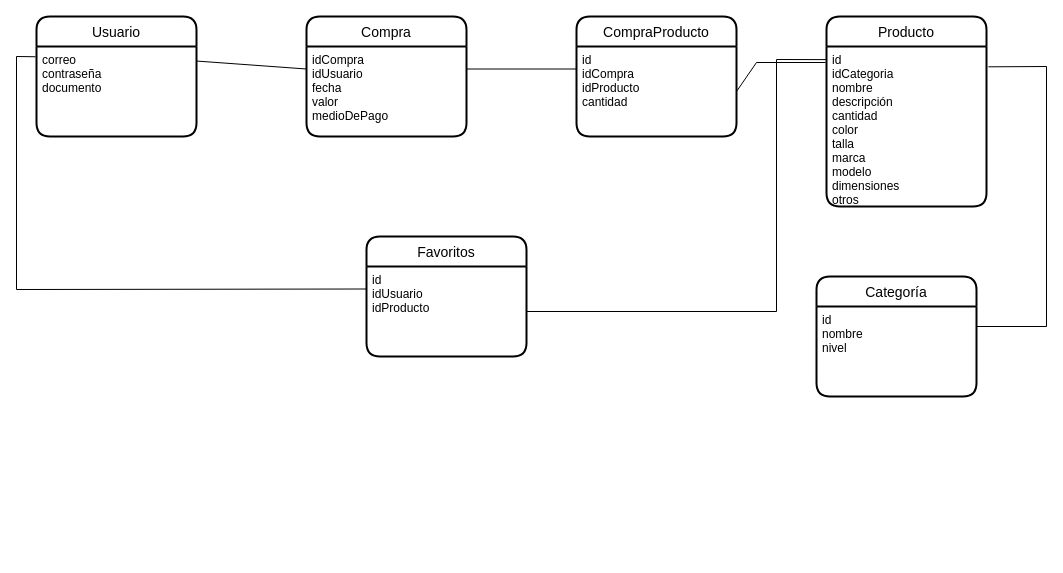
goreleuro94/Ciclo3 keeps this draw.io diagram as page "Page-1" (2 of 2) of carrito.drawio. Above is the earlier version. Source tidied: cells renumbered, new cells numbered last; positions are measured from the earlier drawing's top-left corner, leaving out a move shared by most shapes. Both pictures are drawn from the tidied source at 100%, with x=0, y=0 at pixel (16, 16).
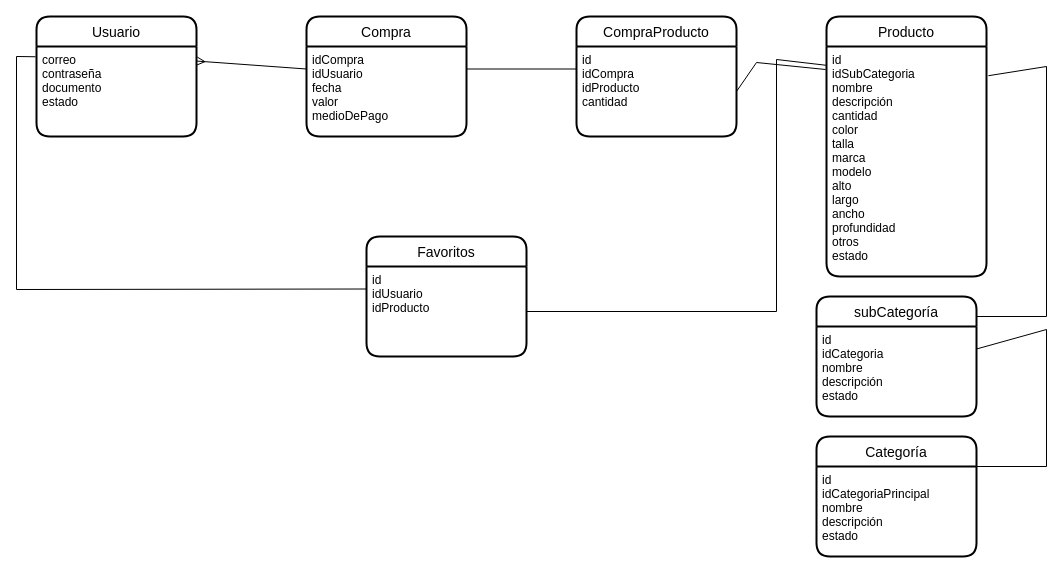
The same page after the edit.

Unchanged cells that the change refers to:
```xml
<mxCell id="2" value="Usuario" style="swimlane;horizontal=1;startSize=30;rounded=1;fontSize=14;fontStyle=0;strokeWidth=2;shadow=0;dashed=0;align=center;" parent="1" vertex="1">
  <mxGeometry x="20" width="160" height="120" as="geometry" />
</mxCell>
<mxCell id="5" value="idCompra&#10;idUsuario&#10;fecha&#10;valor&#10;medioDePago&#10;" style="align=left;strokeColor=none;fillColor=none;spacingLeft=4;fontSize=12;verticalAlign=top;" parent="4" vertex="1">
  <mxGeometry y="30" width="160" height="90" as="geometry" />
</mxCell>
```

Diff of the diagram source:
```diff
@@
-    <mxCell id="3" value="correo&#10;contraseña&#10;documento&#10;" style="align=left;strokeColor=none;fillColor=none;spacingLeft=4;fontSize=12;verticalAlign=top;" parent="2" vertex="1">
+    <mxCell id="3" value="correo&#10;contraseña&#10;documento&#10;estado&#10;&#10;" style="align=left;strokeColor=none;fillColor=none;spacingLeft=4;fontSize=12;verticalAlign=top;" parent="2" vertex="1">
       <mxGeometry y="30" width="160" height="90" as="geometry" />
     </mxCell>
@@
     <mxCell id="8" value="Producto" style="swimlane;horizontal=1;startSize=30;rounded=1;fontSize=14;fontStyle=0;strokeWidth=2;shadow=0;dashed=0;align=center;" parent="1" vertex="1">
-      <mxGeometry x="810" width="160" height="190" as="geometry" />
+      <mxGeometry x="810" width="160" height="260" as="geometry" />
     </mxCell>
-    <mxCell id="9" value="id&#10;idCategoria&#10;nombre&#10;descripción&#10;cantidad&#10;color&#10;talla&#10;marca&#10;modelo&#10;dimensiones&#10;otros&#10;&#10;" style="align=left;strokeColor=none;fillColor=none;spacingLeft=4;fontSize=12;verticalAlign=top;" parent="8" vertex="1">
-      <mxGeometry y="30" width="160" height="160" as="geometry" />
+    <mxCell id="9" value="id&#10;idSubCategoria&#10;nombre&#10;descripción&#10;cantidad&#10;color&#10;talla&#10;marca&#10;modelo&#10;alto&#10;largo&#10;ancho&#10;profundidad&#10;otros&#10;estado&#10;&#10;&#10;" style="align=left;strokeColor=none;fillColor=none;spacingLeft=4;fontSize=12;verticalAlign=top;" parent="8" vertex="1">
+      <mxGeometry y="30" width="160" height="230" as="geometry" />
     </mxCell>
-    <mxCell id="10" style="endArrow=none;html=1;rounded=0;exitX=1.003;exitY=0.162;exitDx=0;exitDy=0;exitPerimeter=0;entryX=0;entryY=0.25;entryDx=0;entryDy=0;" parent="1" edge="1" source="3" target="5">
+    <mxCell id="10" style="endArrow=none;html=1;rounded=0;exitX=1.003;exitY=0.162;exitDx=0;exitDy=0;exitPerimeter=0;entryX=0;entryY=0.25;entryDx=0;entryDy=0;startArrow=ERmany;startFill=0;" parent="1" edge="1" source="3" target="5">
       <mxGeometry relative="1" as="geometry" />
     </mxCell>
@@
-    <mxCell id="13" value="Categoría" style="swimlane;horizontal=1;startSize=30;rounded=1;fontSize=14;fontStyle=0;strokeWidth=2;shadow=0;dashed=0;align=center;" parent="1" vertex="1">
-      <mxGeometry x="800" y="260" width="160" height="120" as="geometry" />
+    <mxCell id="13" value="subCategoría" style="swimlane;horizontal=1;startSize=30;rounded=1;fontSize=14;fontStyle=0;strokeWidth=2;shadow=0;dashed=0;align=center;" parent="1" vertex="1">
+      <mxGeometry x="800" y="280" width="160" height="120" as="geometry" />
     </mxCell>
-    <mxCell id="14" value="id&#10;nombre&#10;nivel&#10;&#10;" style="align=left;strokeColor=none;fillColor=none;spacingLeft=4;fontSize=12;verticalAlign=top;" parent="13" vertex="1">
+    <mxCell id="14" value="id&#10;idCategoria&#10;nombre&#10;descripción&#10;estado&#10;&#10;&#10;" style="align=left;strokeColor=none;fillColor=none;spacingLeft=4;fontSize=12;verticalAlign=top;" parent="13" vertex="1">
       <mxGeometry y="30" width="160" height="90" as="geometry" />
     </mxCell>
     <mxCell id="15" style="endArrow=none;html=1;rounded=0;entryX=1.012;entryY=0.127;entryDx=0;entryDy=0;entryPerimeter=0;" parent="1" edge="1" target="9">
       <mxGeometry relative="1" as="geometry">
-        <mxPoint x="960" y="310" as="sourcePoint" />
+        <mxPoint x="960" y="300" as="sourcePoint" />
         <Array as="points">
-          <mxPoint x="1030" y="310" />
+          <mxPoint x="1030" y="300" />
           <mxPoint x="1030" y="50" />
         </Array>
       </mxGeometry>
     </mxCell>
@@
+    <mxCell id="20" value="Categoría" style="swimlane;horizontal=1;startSize=30;rounded=1;fontSize=14;fontStyle=0;strokeWidth=2;shadow=0;dashed=0;align=center;" parent="1" vertex="1">
+      <mxGeometry x="800" y="420" width="160" height="120" as="geometry" />
+    </mxCell>
+    <mxCell id="21" value="id&#10;idCategoriaPrincipal&#10;nombre&#10;descripción&#10;estado&#10;&#10;&#10;" style="align=left;strokeColor=none;fillColor=none;spacingLeft=4;fontSize=12;verticalAlign=top;" parent="20" vertex="1">
+      <mxGeometry y="30" width="160" height="90" as="geometry" />
+    </mxCell>
+    <mxCell id="22" style="endArrow=none;html=1;rounded=0;exitX=1;exitY=0.25;exitDx=0;exitDy=0;entryX=1;entryY=0;entryDx=0;entryDy=0;" parent="1" edge="1" source="14" target="21">
+      <mxGeometry relative="1" as="geometry">
+        <Array as="points">
+          <mxPoint x="1030" y="313" />
+          <mxPoint x="1030" y="450" />
+        </Array>
+      </mxGeometry>
+    </mxCell>
```
